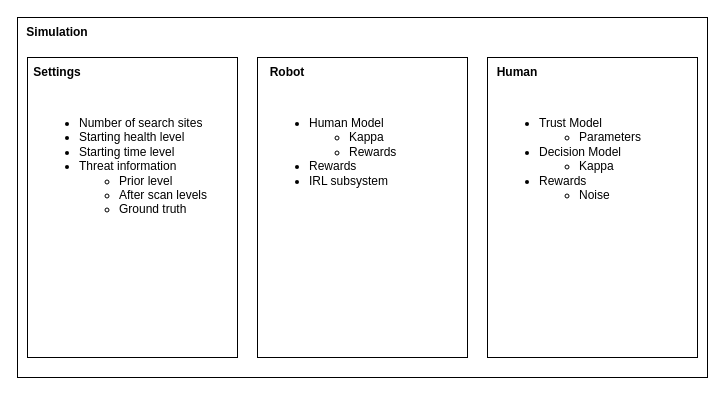
Above: Simulation-settings.drawio in shreyasb032/phase3-sim (draw.io), before the change. Source tidied: cells renumbered, new cells numbered last; positions are measured from the earlier drawing's top-left corner, leaving out a move shared by most shapes. Both pictures are drawn from the tidied source at 100%, with x=0, y=0 at pixel (17, 17).
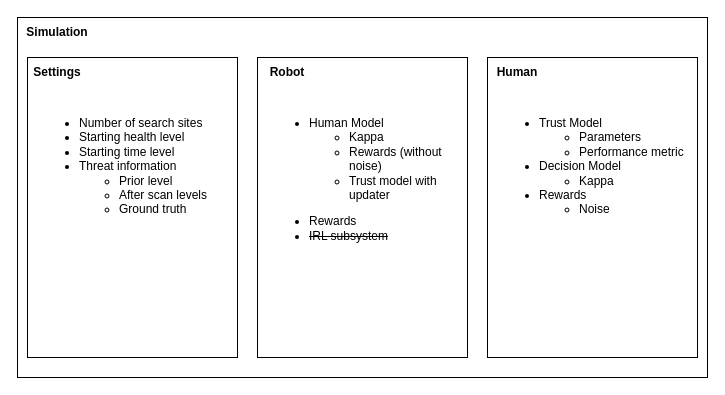
After the change.

Change to the diagram source:
```diff
@@
 <mxGraphModel>
   <root>
     <mxCell id="0" />
     <mxCell id="1" parent="0" />
     <mxCell id="2" style="rounded=0;whiteSpace=wrap;html=1;" parent="1" vertex="1">
       <mxGeometry width="690" height="360" as="geometry" />
     </mxCell>
     <mxCell id="3" value="&lt;b&gt;Simulation&lt;/b&gt;" style="text;html=1;align=center;verticalAlign=middle;whiteSpace=wrap;rounded=0;" parent="1" vertex="1">
       <mxGeometry width="80" height="30" as="geometry" />
     </mxCell>
     <mxCell id="4" style="group;" parent="1" vertex="1">
       <mxGeometry x="10" y="40" width="210" height="300" as="geometry" />
     </mxCell>
     <mxCell id="5" style="rounded=0;whiteSpace=wrap;html=1;" parent="4" vertex="1">
       <mxGeometry width="210" height="300" as="geometry" />
     </mxCell>
     <mxCell id="6" value="&lt;b&gt;Settings&lt;/b&gt;" style="text;html=1;align=center;verticalAlign=middle;whiteSpace=wrap;rounded=0;" parent="4" vertex="1">
       <mxGeometry width="60" height="30" as="geometry" />
     </mxCell>
     <mxCell id="7" value="&lt;ul&gt;&lt;li&gt;Number of search sites&lt;/li&gt;&lt;li&gt;Starting health level&lt;/li&gt;&lt;li&gt;Starting time level&lt;/li&gt;&lt;li&gt;Threat information&lt;/li&gt;&lt;ul&gt;&lt;li&gt;Prior level&lt;/li&gt;&lt;li&gt;After scan levels&lt;/li&gt;&lt;li&gt;Ground truth&lt;/li&gt;&lt;/ul&gt;&lt;/ul&gt;" style="text;html=1;align=left;verticalAlign=top;whiteSpace=wrap;rounded=0;horizontal=1;strokeColor=none;" parent="4" vertex="1">
       <mxGeometry x="10" y="40" width="190" height="250" as="geometry" />
     </mxCell>
     <mxCell id="8" style="group;" parent="1" vertex="1">
       <mxGeometry x="240" y="40" width="210" height="300" as="geometry" />
     </mxCell>
     <mxCell id="9" style="rounded=0;whiteSpace=wrap;html=1;" parent="8" vertex="1">
       <mxGeometry width="210" height="300" as="geometry" />
     </mxCell>
     <mxCell id="10" value="&lt;b&gt;Robot&lt;/b&gt;" style="text;html=1;align=center;verticalAlign=middle;whiteSpace=wrap;rounded=0;" parent="8" vertex="1">
       <mxGeometry width="60" height="30" as="geometry" />
     </mxCell>
-    <mxCell id="11" value="&lt;ul&gt;&lt;li&gt;Human Model&lt;/li&gt;&lt;ul&gt;&lt;li&gt;Kappa&lt;/li&gt;&lt;li&gt;Rewards&lt;/li&gt;&lt;/ul&gt;&lt;li&gt;Rewards&lt;/li&gt;&lt;li&gt;IRL subsystem&lt;/li&gt;&lt;/ul&gt;" style="text;html=1;align=left;verticalAlign=top;whiteSpace=wrap;rounded=0;horizontal=1;strokeColor=none;" parent="8" vertex="1">
+    <mxCell id="11" value="&lt;ul&gt;&lt;li&gt;Human Model&lt;/li&gt;&lt;ul&gt;&lt;li&gt;Kappa&lt;/li&gt;&lt;li&gt;Rewards (without noise)&lt;/li&gt;&lt;li&gt;Trust model with updater&lt;/li&gt;&lt;/ul&gt;&lt;/ul&gt;&lt;ul&gt;&lt;li&gt;Rewards&lt;/li&gt;&lt;li&gt;&lt;strike&gt;IRL subsystem&lt;/strike&gt;&lt;/li&gt;&lt;/ul&gt;" style="text;html=1;align=left;verticalAlign=top;whiteSpace=wrap;rounded=0;horizontal=1;strokeColor=none;" parent="8" vertex="1">
       <mxGeometry x="10" y="40" width="190" height="250" as="geometry" />
     </mxCell>
     <mxCell id="12" style="group;" parent="1" vertex="1">
       <mxGeometry x="470" y="40" width="210" height="300" as="geometry" />
     </mxCell>
     <mxCell id="13" style="rounded=0;whiteSpace=wrap;html=1;" parent="12" vertex="1">
       <mxGeometry width="210" height="300" as="geometry" />
     </mxCell>
     <mxCell id="14" value="&lt;b&gt;Human&lt;/b&gt;" style="text;html=1;align=center;verticalAlign=middle;whiteSpace=wrap;rounded=0;" parent="12" vertex="1">
       <mxGeometry width="60" height="30" as="geometry" />
     </mxCell>
-    <mxCell id="15" value="&lt;ul&gt;&lt;li&gt;Trust Model&lt;/li&gt;&lt;ul&gt;&lt;li&gt;Parameters&lt;/li&gt;&lt;/ul&gt;&lt;li&gt;Decision Model&lt;/li&gt;&lt;ul&gt;&lt;li&gt;Kappa&lt;/li&gt;&lt;/ul&gt;&lt;li&gt;Rewards&lt;/li&gt;&lt;ul&gt;&lt;li&gt;Noise&lt;/li&gt;&lt;/ul&gt;&lt;/ul&gt;" style="text;html=1;align=left;verticalAlign=top;whiteSpace=wrap;rounded=0;horizontal=1;fillColor=none;strokeColor=none;" parent="12" vertex="1">
+    <mxCell id="15" value="&lt;ul&gt;&lt;li&gt;Trust Model&lt;/li&gt;&lt;ul&gt;&lt;li&gt;Parameters&lt;/li&gt;&lt;li&gt;Performance metric&lt;/li&gt;&lt;/ul&gt;&lt;li&gt;Decision Model&lt;/li&gt;&lt;ul&gt;&lt;li&gt;Kappa&lt;/li&gt;&lt;/ul&gt;&lt;li&gt;Rewards&lt;/li&gt;&lt;ul&gt;&lt;li&gt;Noise&lt;/li&gt;&lt;/ul&gt;&lt;/ul&gt;" style="text;html=1;align=left;verticalAlign=top;whiteSpace=wrap;rounded=0;horizontal=1;fillColor=none;strokeColor=none;" parent="12" vertex="1">
       <mxGeometry x="10" y="40" width="190" height="250" as="geometry" />
     </mxCell>
   </root>
 </mxGraphModel>
```
